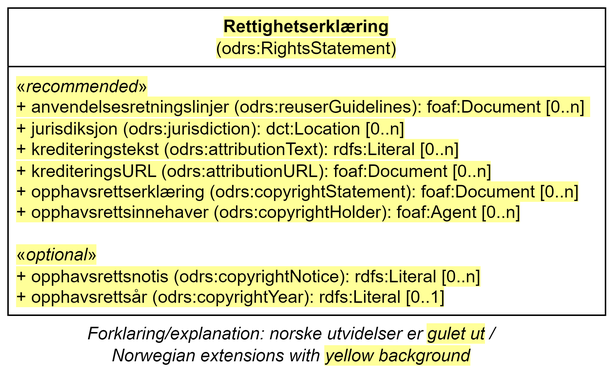
Before: docs/images/Klassen-Rettighetserklæring.png, a diagram exported from draw.io (Informasjonsforvaltning/dcat-ap-no). Source tidied: cells renumbered, new cells last; positions are measured from the earlier drawing's top-left corner, leaving out a move shared by most shapes.
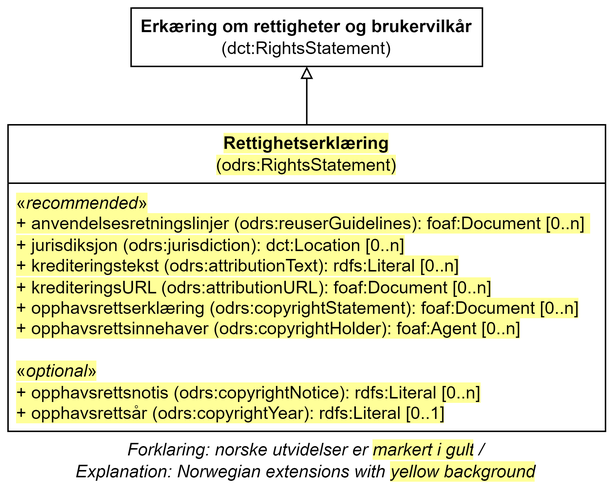
The same file after the commit.

Diff of the diagram source:
```diff
@@ -3,13 +3,19 @@
     <mxCell id="0" />
     <mxCell id="1" parent="0" />
     <mxCell id="2" value="&lt;span style=&quot;background-color: rgb(255, 255, 153);&quot;&gt;Rettighetserklæring&lt;br&gt;&lt;span style=&quot;font-weight: normal;&quot;&gt;(odrs:RightsStatement)&lt;/span&gt;&lt;/span&gt;" style="swimlane;whiteSpace=wrap;html=1;startSize=40;" parent="1" vertex="1">
-      <mxGeometry width="409" height="210" as="geometry" />
+      <mxGeometry y="80" width="409" height="210" as="geometry" />
     </mxCell>
     <mxCell id="3" value="&lt;div&gt;&lt;span style=&quot;background-color: rgb(255, 255, 153);&quot;&gt;«&lt;i style=&quot;&quot;&gt;recommended&lt;/i&gt;»&lt;/span&gt;&lt;/div&gt;&lt;div&gt;&lt;span style=&quot;background-color: rgb(255, 255, 153);&quot;&gt;+&amp;nbsp;anvendelsesretningslinjer (odrs:reuserGuidelines):&amp;nbsp;foaf:Document&amp;nbsp;[0..n]&amp;nbsp;&lt;br&gt;&lt;/span&gt;&lt;/div&gt;&lt;div&gt;&lt;span style=&quot;background-color: rgb(255, 255, 153);&quot;&gt;+&amp;nbsp;jurisdiksjon (odrs:jurisdiction): dct:Location [0..n]&lt;/span&gt;&lt;/div&gt;&lt;div&gt;&lt;span style=&quot;background-color: rgb(255, 255, 153);&quot;&gt;+&amp;nbsp;krediteringstekst (odrs:attributionText): rdfs:Literal [0..n]&lt;/span&gt;&lt;/div&gt;&lt;div&gt;&lt;span style=&quot;background-color: rgb(255, 255, 153);&quot;&gt;+&amp;nbsp;krediteringsURL (odrs:attributionURL):&amp;nbsp;foaf:Document [0..n]&lt;/span&gt;&lt;/div&gt;&lt;div style=&quot;border-color: var(--border-color);&quot;&gt;&lt;span style=&quot;background-color: rgb(255, 255, 153);&quot;&gt;+ opphavsrettserklæring (odrs:copyrightStatement): foaf:Document [0..n]&lt;br style=&quot;border-color: var(--border-color);&quot;&gt;&lt;/span&gt;&lt;/div&gt;&lt;div&gt;&lt;span style=&quot;background-color: rgb(255, 255, 153);&quot;&gt;+ opphavsrettsinnehaver (odrs:copyrightHolder): foaf:Agent [0..n]&lt;br&gt;&lt;/span&gt;&lt;/div&gt;&lt;div&gt;&lt;br&gt;&lt;/div&gt;&lt;div&gt;&lt;span style=&quot;background-color: rgb(255, 255, 153);&quot;&gt;«&lt;i style=&quot;border-color: var(--border-color);&quot;&gt;optional&lt;/i&gt;»&lt;br&gt;&lt;/span&gt;&lt;/div&gt;&lt;div&gt;&lt;span style=&quot;background-color: rgb(255, 255, 153);&quot;&gt;+ opphavsrettsnotis (odrs:copyrightNotice): rdfs:Literal [0..n]&lt;br&gt;&lt;/span&gt;&lt;/div&gt;&lt;div&gt;&lt;span style=&quot;background-color: rgb(255, 255, 153);&quot;&gt;+ opphavsrettsår (odrs:copyrightYear): rdfs:Literal [0..1]&lt;/span&gt;&lt;br&gt;&lt;/div&gt;" style="text;strokeColor=none;fillColor=none;align=left;verticalAlign=top;spacingLeft=4;spacingRight=4;overflow=hidden;whiteSpace=wrap;html=1;" parent="2" vertex="1">
       <mxGeometry y="40" width="410" height="170" as="geometry" />
     </mxCell>
-    <mxCell id="4" value="Forklaring/explanation: norske utvidelser er&amp;nbsp;&lt;span style=&quot;background-color: rgb(255, 255, 153);&quot;&gt;gulet ut&lt;/span&gt;&lt;span style=&quot;background-color: rgb(255 , 255 , 255)&quot;&gt;&amp;nbsp;/ &lt;br&gt;Norwegian extensions with &lt;/span&gt;&lt;span style=&quot;background-color: rgb(255, 255, 153);&quot;&gt;yellow background&lt;/span&gt;" style="text;html=1;strokeColor=none;fillColor=none;align=center;verticalAlign=middle;whiteSpace=wrap;rounded=0;fontStyle=2;" parent="1" vertex="1">
-      <mxGeometry x="29" y="220" width="330" height="20" as="geometry" />
+    <mxCell id="4" value="Forklaring: norske utvidelser er&amp;nbsp;&lt;span style=&quot;background-color: rgb(255, 255, 153);&quot;&gt;markert i gult&lt;/span&gt;&lt;span style=&quot;background-color: rgb(255 , 255 , 255)&quot;&gt;&amp;nbsp;/ &lt;br&gt;&lt;/span&gt;Explanation:&amp;nbsp;&lt;span style=&quot;background-color: rgb(255 , 255 , 255)&quot;&gt;Norwegian extensions with &lt;/span&gt;&lt;span style=&quot;background-color: rgb(255, 255, 153);&quot;&gt;yellow background&lt;/span&gt;" style="text;html=1;strokeColor=none;fillColor=none;align=center;verticalAlign=middle;whiteSpace=wrap;rounded=0;fontStyle=2;" parent="1" vertex="1">
+      <mxGeometry x="9" y="300" width="390" height="20" as="geometry" />
     </mxCell>
+    <mxCell id="5" value="&lt;b&gt;Erkæring om rettigheter og brukervilkår&lt;/b&gt;&lt;br&gt;(dct:RightsStatement)" style="html=1;whiteSpace=wrap;" parent="1" vertex="1">
+      <mxGeometry x="84.2" width="240.5" height="40" as="geometry" />
+    </mxCell>
+    <mxCell id="6" style="endArrow=block;html=1;rounded=0;exitX=0.5;exitY=0;exitDx=0;exitDy=0;entryX=0.5;entryY=1;entryDx=0;entryDy=0;endFill=0;" parent="1" edge="1" source="2" target="5">
+      <mxGeometry relative="1" as="geometry" />
+    </mxCell>
   </root>
 </mxGraphModel>
```
